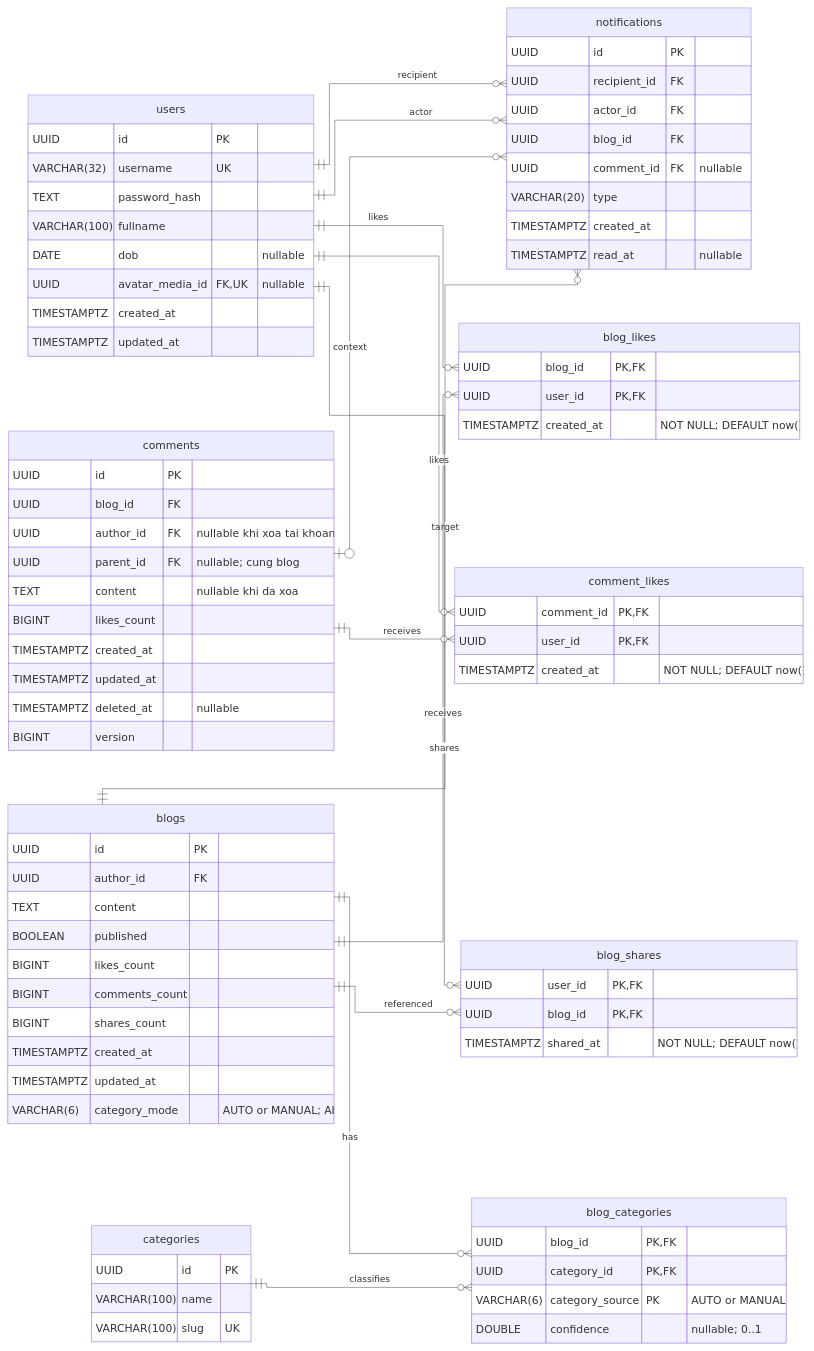
The draw.io diagram docs/spec/assets/erd/luot-thich-chia-se.drawio in Ngocanhjr/SoulSpace, before the edit. Source tidied: cells renumbered, new cells numbered last; positions are measured from the earlier drawing's top-left corner, leaving out a move shared by most shapes. Both pictures are drawn from the tidied source at 45%, with x=0, y=0 at pixel (8, 8).
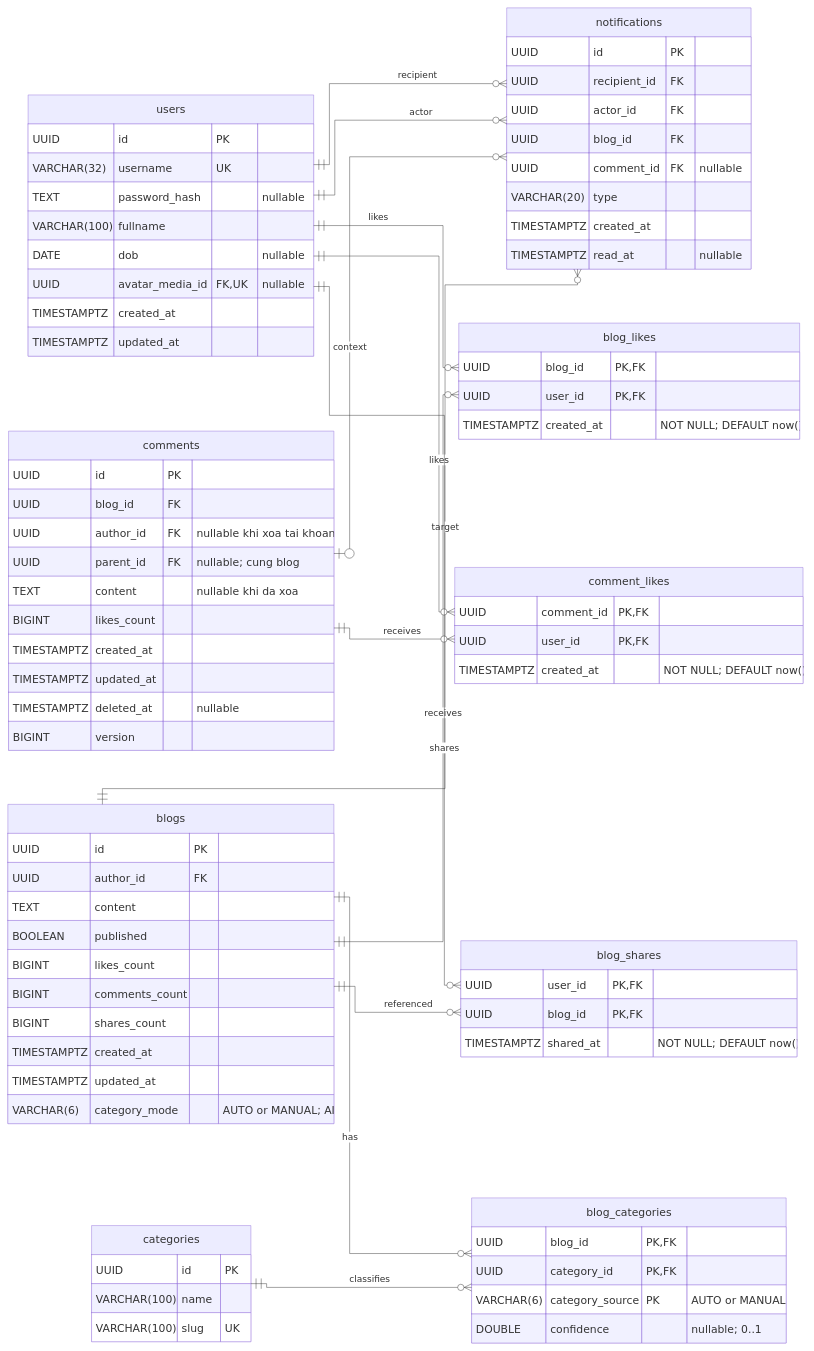
The same page after the edit.

The change refers to these unchanged cells:
```xml
<mxCell id="13" style="shape=tableRow;horizontal=0;startSize=0.0;swimlaneHead=0;swimlaneBody=1;fillColor=#ffffff;strokeColor=inherit;strokeWidth=1;top=0;left=0;right=0;bottom=0;fontSize=24;" parent="2" vertex="1">
  <mxGeometry y="193.5" width="634.5" height="64.5" as="geometry" />
</mxCell>
```

The edit, as a diff of the source:
```diff
@@
-    <mxCell id="17" style="shape=partialRectangle;fillColor=none;strokeColor=#9370DB;strokeWidth=1;fontColor=#333333;fontFamily=Trebuchet MS,Verdana,Arial,sans-serif;top=1;left=1;bottom=1;right=1;align=left;spacingLeft=8;overflow=hidden;fontSize=24;" parent="13" vertex="1">
+    <mxCell id="17" value="nullable" style="shape=partialRectangle;fillColor=none;strokeColor=#9370DB;strokeWidth=1;fontColor=#333333;fontFamily=Trebuchet MS,Verdana,Arial,sans-serif;top=1;left=1;bottom=1;right=1;align=left;spacingLeft=8;overflow=hidden;fontSize=24;" parent="13" vertex="1">
       <mxGeometry x="510" width="124.5" height="64.5" as="geometry" />
     </mxCell>
```
